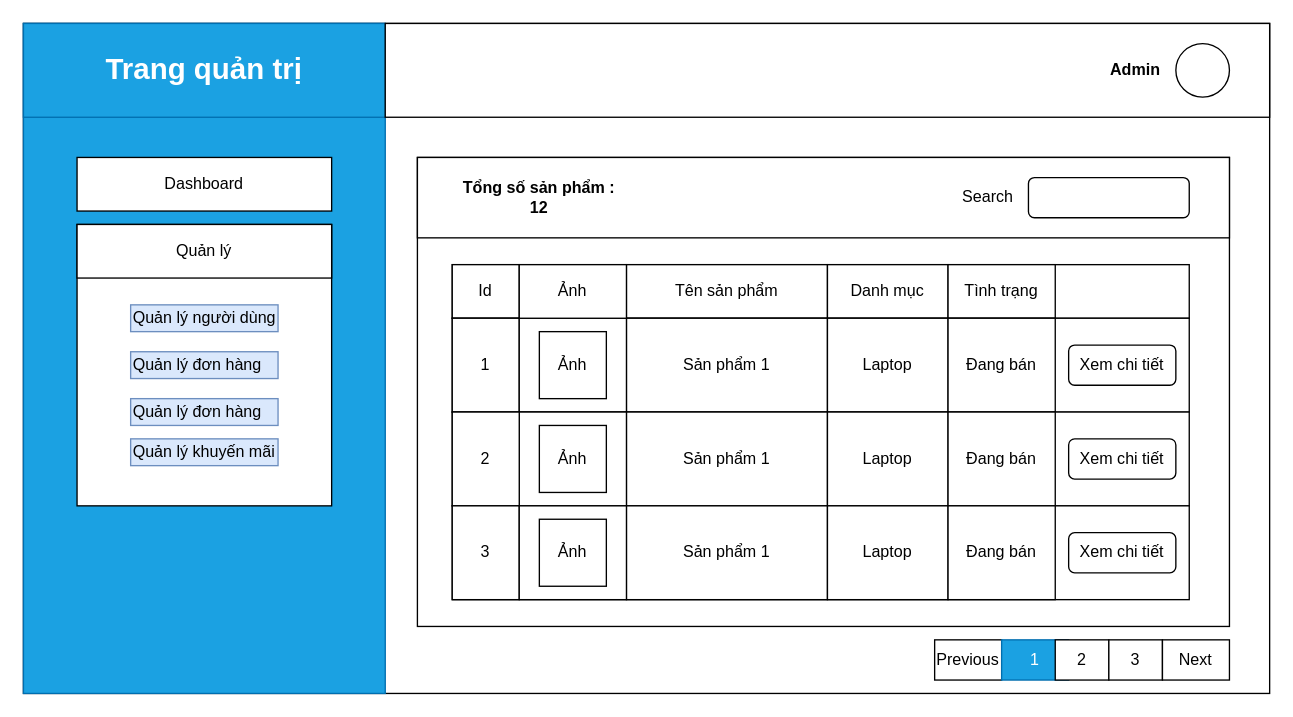
Above: mockup-fe/mockup-product-admin (1).drawio in nguyenphamvan/datn_20202 (draw.io), before the change. Source tidied: cells renumbered, new cells numbered last; positions are measured from the earlier drawing's top-left corner, leaving out a move shared by most shapes. Both pictures are drawn from the tidied source at 134%, with x=0, y=0 at pixel (23, 23).
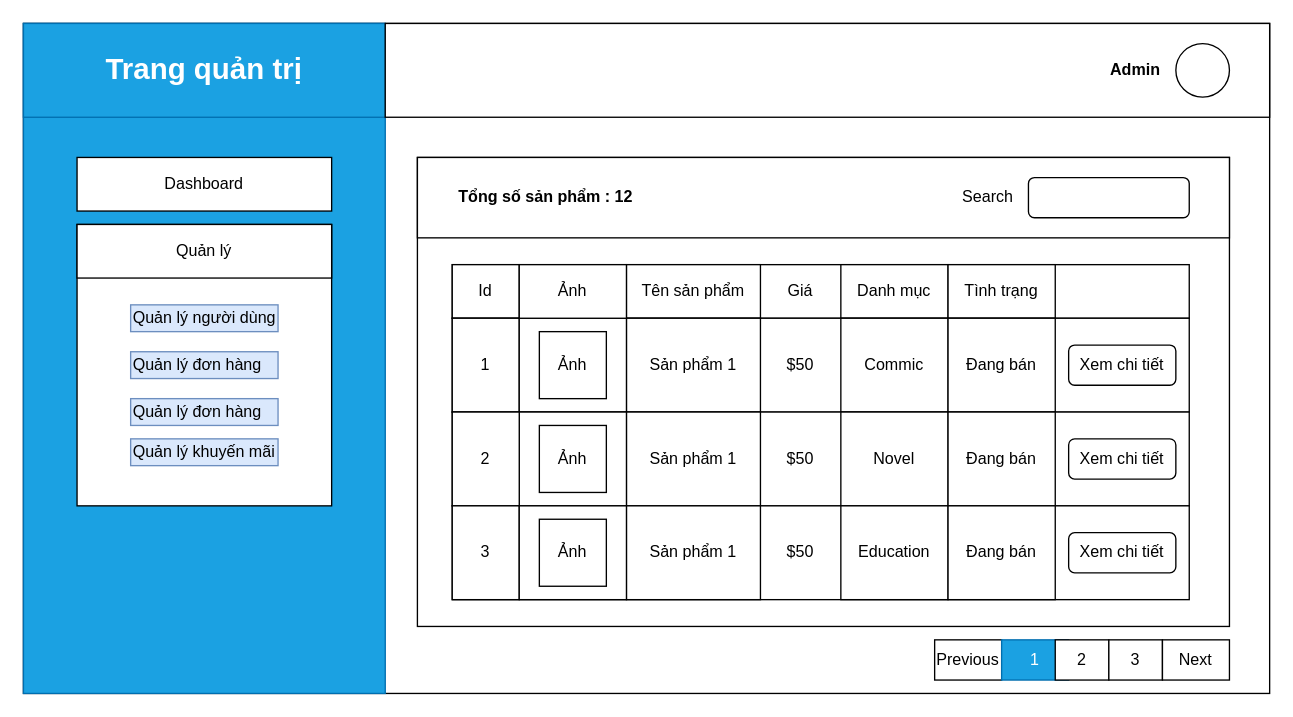
After the change.

What changed in the source:
```diff
@@
     <mxCell id="18" value="Tên sản phẩm" style="rounded=0;whiteSpace=wrap;html=1;" parent="1" vertex="1">
-      <mxGeometry x="450" y="180" width="150" height="40" as="geometry" />
+      <mxGeometry x="450" y="180" width="100" height="40" as="geometry" />
     </mxCell>
     <mxCell id="19" value="Danh mục" style="rounded=0;whiteSpace=wrap;html=1;" parent="1" vertex="1">
-      <mxGeometry x="600" y="180" width="90" height="40" as="geometry" />
+      <mxGeometry x="610" y="180" width="80" height="40" as="geometry" />
     </mxCell>
@@
     <mxCell id="23" value="Sản phẩm 1" style="rounded=0;whiteSpace=wrap;html=1;" parent="1" vertex="1">
-      <mxGeometry x="450" y="220" width="150" height="70" as="geometry" />
+      <mxGeometry x="450" y="220" width="100" height="70" as="geometry" />
     </mxCell>
-    <mxCell id="24" value="Laptop" style="rounded=0;whiteSpace=wrap;html=1;" parent="1" vertex="1">
-      <mxGeometry x="600" y="220" width="90" height="70" as="geometry" />
+    <mxCell id="24" value="Commic" style="rounded=0;whiteSpace=wrap;html=1;" parent="1" vertex="1">
+      <mxGeometry x="610" y="220" width="80" height="70" as="geometry" />
     </mxCell>
@@
     <mxCell id="27" value="&lt;b&gt;Tổng số sản phẩm : 12&lt;/b&gt;" style="text;html=1;strokeColor=none;fillColor=none;align=center;verticalAlign=middle;whiteSpace=wrap;rounded=0;" parent="1" vertex="1">
-      <mxGeometry x="320" y="120" width="130" height="20" as="geometry" />
+      <mxGeometry x="320" y="120" width="140" height="20" as="geometry" />
     </mxCell>
@@
     <mxCell id="39" value="Sản phẩm 1" style="rounded=0;whiteSpace=wrap;html=1;" parent="1" vertex="1">
-      <mxGeometry x="450" y="290" width="150" height="70" as="geometry" />
+      <mxGeometry x="450" y="290" width="100" height="70" as="geometry" />
     </mxCell>
-    <mxCell id="40" value="Laptop" style="rounded=0;whiteSpace=wrap;html=1;" parent="1" vertex="1">
-      <mxGeometry x="600" y="290" width="90" height="70" as="geometry" />
+    <mxCell id="40" value="Novel" style="rounded=0;whiteSpace=wrap;html=1;" parent="1" vertex="1">
+      <mxGeometry x="610" y="290" width="80" height="70" as="geometry" />
     </mxCell>
@@
     <mxCell id="48" value="Sản phẩm 1" style="rounded=0;whiteSpace=wrap;html=1;" parent="1" vertex="1">
-      <mxGeometry x="450" y="360" width="150" height="70" as="geometry" />
+      <mxGeometry x="450" y="360" width="100" height="70" as="geometry" />
     </mxCell>
-    <mxCell id="49" value="Laptop" style="rounded=0;whiteSpace=wrap;html=1;" parent="1" vertex="1">
-      <mxGeometry x="600" y="360" width="90" height="70" as="geometry" />
+    <mxCell id="49" value="Education" style="rounded=0;whiteSpace=wrap;html=1;" parent="1" vertex="1">
+      <mxGeometry x="610" y="360" width="80" height="70" as="geometry" />
     </mxCell>
@@
+    <mxCell id="55" value="Giá" style="text;html=1;strokeColor=none;fillColor=none;align=center;verticalAlign=middle;whiteSpace=wrap;rounded=0;" parent="1" vertex="1">
+      <mxGeometry x="560" y="190" width="40" height="20" as="geometry" />
+    </mxCell>
+    <mxCell id="56" value="$50" style="text;html=1;strokeColor=none;fillColor=none;align=center;verticalAlign=middle;whiteSpace=wrap;rounded=0;" parent="1" vertex="1">
+      <mxGeometry x="560" y="245" width="40" height="20" as="geometry" />
+    </mxCell>
+    <mxCell id="57" value="$50" style="text;html=1;strokeColor=none;fillColor=none;align=center;verticalAlign=middle;whiteSpace=wrap;rounded=0;" parent="1" vertex="1">
+      <mxGeometry x="560" y="315" width="40" height="20" as="geometry" />
+    </mxCell>
+    <mxCell id="58" value="$50" style="text;html=1;strokeColor=none;fillColor=none;align=center;verticalAlign=middle;whiteSpace=wrap;rounded=0;" parent="1" vertex="1">
+      <mxGeometry x="560" y="385" width="40" height="20" as="geometry" />
+    </mxCell>
```
